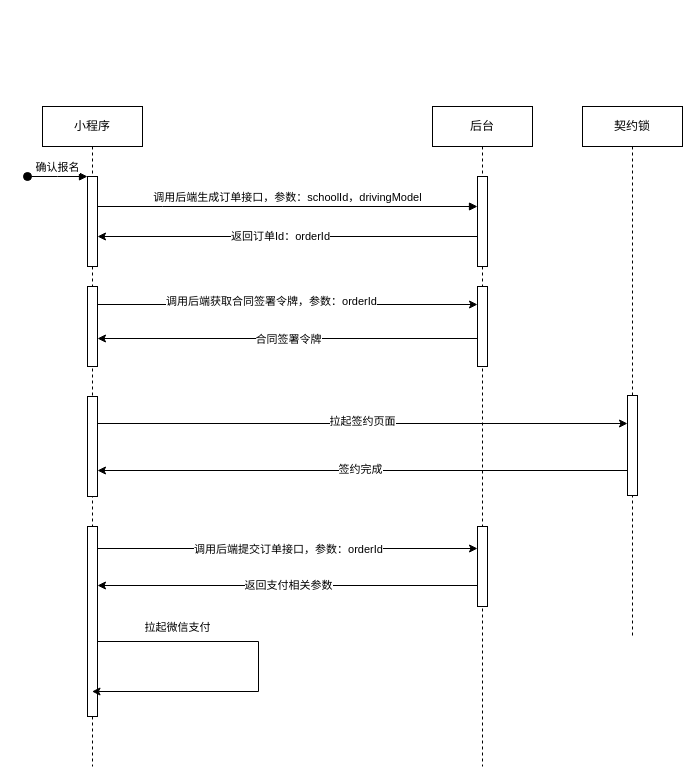
Earlier version of the draw.io diagram 小程序端支付流程.drawio (ghappier/draw). Source tidied: cells renumbered, new cells numbered last; positions are measured from the earlier drawing's top-left corner, leaving out a move shared by most shapes. Both pictures are drawn from the tidied source at 100%, with x=0, y=0 at pixel (27, 106).
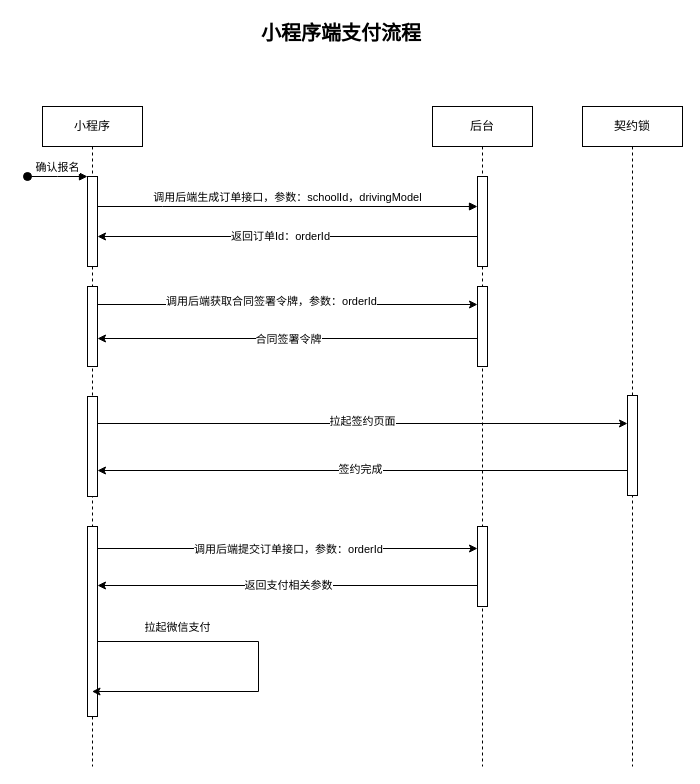
The same diagram, later.

Commit message (it also covers changes not shown here):
更新小程序端支付流程.drawio

Change to the diagram source:
```diff
@@
     <mxCell id="16" value="契约锁" style="shape=umlLifeline;perimeter=lifelinePerimeter;whiteSpace=wrap;html=1;newEdgeStyle={&quot;edgeStyle&quot;:&quot;elbowEdgeStyle&quot;,&quot;elbow&quot;:&quot;vertical&quot;,&quot;curved&quot;:0,&quot;rounded&quot;:0};" parent="1" vertex="1">
-      <mxGeometry x="555" width="100" height="530" as="geometry" />
+      <mxGeometry x="555" width="100" height="660" as="geometry" />
     </mxCell>
@@
+    <mxCell id="31" value="小程序端支付流程" style="text;html=1;strokeColor=none;fillColor=none;align=center;verticalAlign=middle;whiteSpace=wrap;rounded=0;fontStyle=1;fontSize=20;" parent="1" vertex="1">
+      <mxGeometry x="229" y="-89" width="170" height="30" as="geometry" />
+    </mxCell>
```
